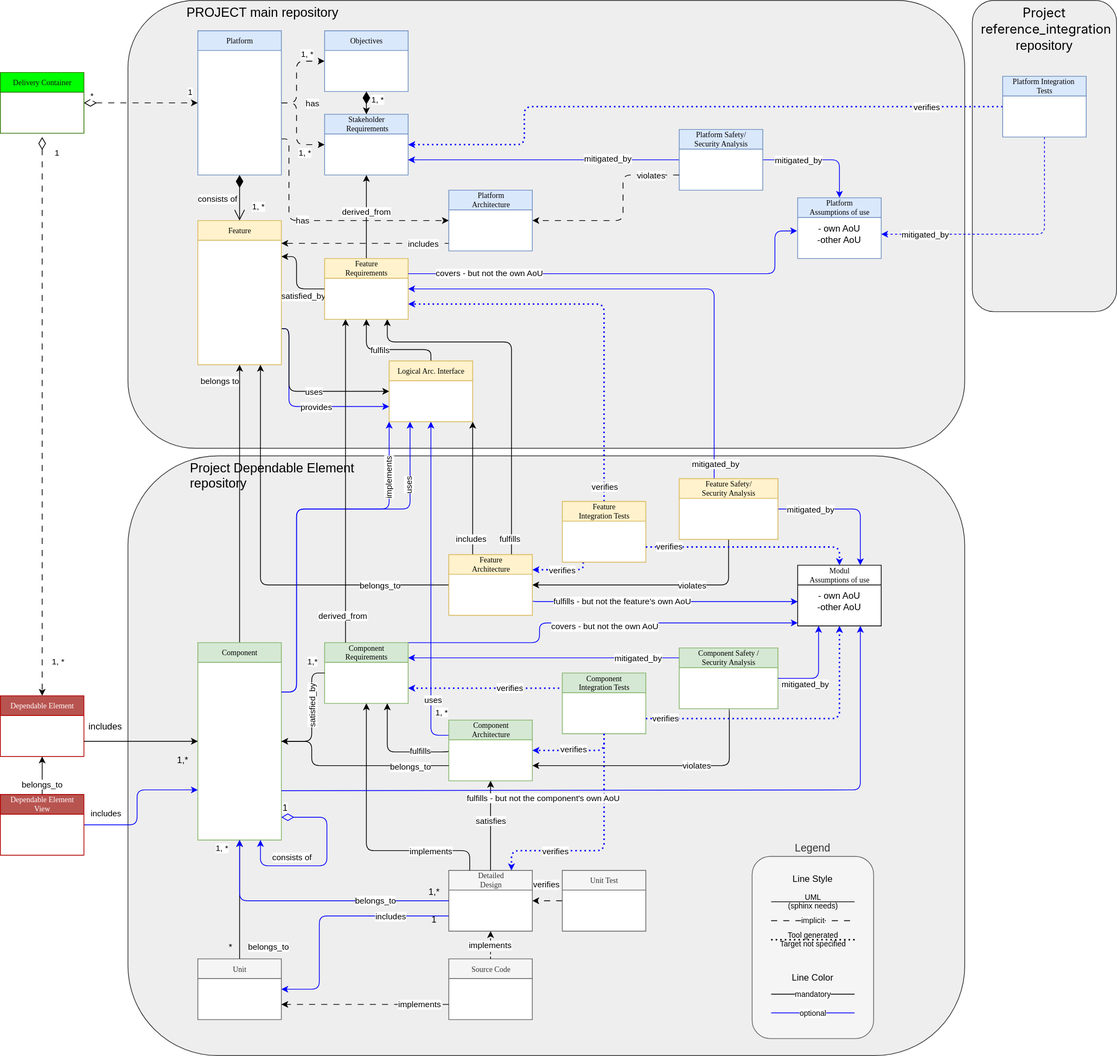
eclipse-score/process_description keeps this draw.io diagram as pr-621/_images/score_building_blocks_meta_model_deployment_example.drawio.svg. Above is the earlier version. Source tidied: cells renumbered, new cells last; positions are measured from the earlier drawing's top-left corner, leaving out a move shared by most shapes.
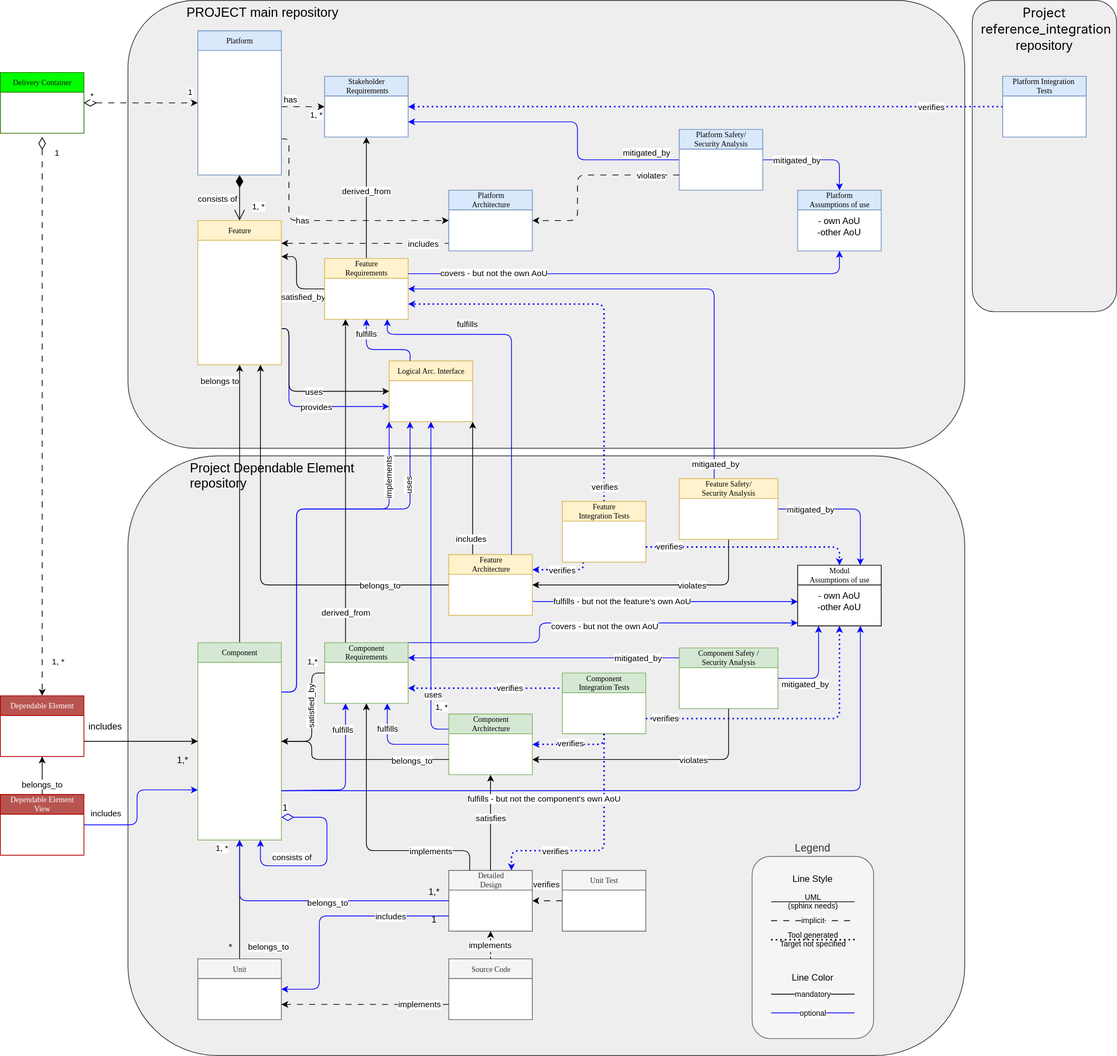
The same file after the commit.

The edit, as a diff of the source:
```diff
@@ -27,3 +27,3 @@
       <mxGeometry x="0.82" y="3" relative="1" as="geometry">
-        <mxPoint x="-20" y="12" as="offset" />
+        <mxPoint x="-20" y="13" as="offset" />
       </mxGeometry>
@@ -78,15 +78,2 @@
     </mxCell>
-    <mxCell id="18" style="edgeStyle=orthogonalEdgeStyle;rounded=1;jettySize=auto;html=1;exitX=0.75;exitY=0;exitDx=0;exitDy=0;entryX=0.75;entryY=1;entryDx=0;entryDy=0;endArrow=classic;endFill=1;curved=0;" parent="1" edge="1" source="149" target="154">
-      <mxGeometry x="0.64" y="10" relative="1" as="geometry">
-        <Array as="points">
-          <mxPoint x="673" y="450" />
-          <mxPoint x="510" y="450" />
-        </Array>
-      </mxGeometry>
-    </mxCell>
-    <mxCell id="19" value="fulfills" style="edgeLabel;html=1;align=center;verticalAlign=middle;" parent="18" vertex="1">
-      <mxGeometry x="0.11" y="1" relative="1" as="geometry">
-        <mxPoint x="-2" y="244" as="offset" />
-      </mxGeometry>
-    </mxCell>
     <mxCell id="20" value="includes" style="edgeStyle=orthogonalEdgeStyle;html=1;exitX=0.25;exitY=0;exitDx=0;exitDy=0;entryX=1;entryY=1;entryDx=0;entryDy=0;" parent="1" edge="1" target="120">
@@ -142,3 +129,3 @@
       <mxGeometry x="0.06" relative="1" as="geometry">
-        <mxPoint y="-8" as="offset" />
+        <mxPoint x="-1" y="-7" as="offset" />
       </mxGeometry>
@@ -176,3 +163,3 @@
     <mxCell id="36" value="Stakeholder&lt;br&gt;&amp;nbsp;Requirements" style="swimlane;html=1;fontStyle=0;horizontal=1;startSize=26;fillColor=#dae8fc;swimlaneFillColor=#ffffff;rounded=0;shadow=0;comic=0;labelBackgroundColor=none;strokeWidth=1;fontFamily=Verdana;fontSize=10;align=center;strokeColor=#6c8ebf;" parent="1" vertex="1">
-      <mxGeometry x="427" y="150" width="110" height="80" as="geometry" />
+      <mxGeometry x="427" y="100" width="110" height="80" as="geometry" />
     </mxCell>
@@ -192,8 +179,5 @@
     </mxCell>
-    <mxCell id="41" style="edgeStyle=orthogonalEdgeStyle;rounded=1;jettySize=auto;html=1;entryX=0;entryY=0.5;entryDx=0;entryDy=0;curved=0;dashed=1;dashPattern=8 8;" parent="1" edge="1" source="46" target="36">
+    <mxCell id="41" style="rounded=1;jettySize=auto;html=1;entryX=0;entryY=0.5;entryDx=0;entryDy=0;dashed=1;dashPattern=8 8;" parent="1" edge="1" target="36">
       <mxGeometry relative="1" as="geometry">
-        <Array as="points">
-          <mxPoint x="390" y="135" />
-          <mxPoint x="390" y="190" />
-        </Array>
+        <mxPoint x="370" y="140" as="sourcePoint" />
       </mxGeometry>
@@ -202,3 +186,3 @@
       <mxGeometry x="0.46" y="2" relative="1" as="geometry">
-        <mxPoint x="13" y="-53" as="offset" />
+        <mxPoint x="-31" y="-8" as="offset" />
       </mxGeometry>
@@ -232,42 +216,2 @@
     </mxCell>
-    <mxCell id="49" value="Objectives" style="swimlane;html=1;fontStyle=0;horizontal=1;startSize=26;fillColor=#dae8fc;swimlaneFillColor=#ffffff;rounded=0;shadow=0;comic=0;labelBackgroundColor=none;strokeWidth=1;fontFamily=Verdana;fontSize=10;align=center;strokeColor=#6c8ebf;" parent="1" vertex="1">
-      <mxGeometry x="427" y="40" width="110" height="80" as="geometry" />
-    </mxCell>
-    <mxCell id="50" style="edgeStyle=orthogonalEdgeStyle;rounded=1;jettySize=auto;html=1;entryX=0;entryY=0.5;entryDx=0;entryDy=0;exitX=1;exitY=0.5;exitDx=0;exitDy=0;curved=0;dashed=1;dashPattern=8 8;" parent="1" edge="1" source="46" target="49">
-      <mxGeometry relative="1" as="geometry">
-        <Array as="points">
-          <mxPoint x="390" y="135" />
-          <mxPoint x="390" y="80" />
-        </Array>
-      </mxGeometry>
-    </mxCell>
-    <mxCell id="51" value="has" style="edgeLabel;html=1;align=center;verticalAlign=middle;" parent="50" vertex="1">
-      <mxGeometry x="-0.18" y="-2" relative="1" as="geometry">
-        <mxPoint x="18" y="26" as="offset" />
-      </mxGeometry>
-    </mxCell>
-    <mxCell id="52" value="1, *" style="edgeLabel;html=1;align=center;verticalAlign=middle;" parent="50" vertex="1">
-      <mxGeometry x="0.57" y="1" relative="1" as="geometry">
-        <mxPoint y="-9" as="offset" />
-      </mxGeometry>
-    </mxCell>
-    <mxCell id="53" value="1, *" style="endArrow=classic;html=1;endSize=6;startArrow=diamondThin;startSize=14;startFill=1;edgeStyle=orthogonalEdgeStyle;align=left;verticalAlign=bottom;rounded=0;entryX=0.5;entryY=0;entryDx=0;entryDy=0;endFill=1;exitX=0.5;exitY=1;exitDx=0;exitDy=0;" parent="1" edge="1" source="49" target="36">
-      <mxGeometry x="0.33" y="5" relative="1" as="geometry">
-        <Array as="points">
-          <mxPoint x="482" y="140" />
-          <mxPoint x="482" y="140" />
-        </Array>
-      </mxGeometry>
-    </mxCell>
-    <mxCell id="54" style="edgeStyle=orthogonalEdgeStyle;rounded=1;jettySize=auto;html=1;entryX=0.75;entryY=1;entryDx=0;entryDy=0;endArrow=classic;endFill=1;exitX=0;exitY=0.5;exitDx=0;exitDy=0;curved=0;strokeColor=#000000;" parent="1" edge="1" source="58" target="25">
-      <mxGeometry relative="1" as="geometry">
-        <Array as="points">
-          <mxPoint x="591" y="990" />
-          <mxPoint x="510" y="990" />
-        </Array>
-      </mxGeometry>
-    </mxCell>
-    <mxCell id="55" value="fulfills" style="edgeLabel;html=1;align=center;verticalAlign=middle;" parent="54" vertex="1">
-      <mxGeometry x="-0.45" y="-2" relative="1" as="geometry" />
-    </mxCell>
     <mxCell id="56" value="uses" style="edgeStyle=orthogonalEdgeStyle;html=1;exitX=0;exitY=0.25;exitDx=0;exitDy=0;entryX=0.5;entryY=1;entryDx=0;entryDy=0;strokeColor=#0000FF;verticalAlign=top;spacing=0;" parent="1" edge="1" source="58" target="120">
@@ -281,3 +225,3 @@
     <mxCell id="58" value="Component&lt;br&gt;Architecture" style="swimlane;html=1;fontStyle=0;horizontal=1;startSize=26;fillColor=#d5e8d4;swimlaneFillColor=#ffffff;rounded=0;shadow=0;comic=0;labelBackgroundColor=none;strokeWidth=1;fontFamily=Verdana;fontSize=10;align=center;strokeColor=#82b366;" parent="1" vertex="1">
-      <mxGeometry x="590.5" y="948" width="110" height="80" as="geometry" />
+      <mxGeometry x="590.5" y="940" width="110" height="80" as="geometry" />
     </mxCell>
@@ -287,3 +231,4 @@
           <mxPoint x="410" y="976" />
-          <mxPoint x="410" y="1008" />
+          <mxPoint x="410" y="1000" />
+          <mxPoint x="591" y="1000" />
         </Array>
@@ -305,3 +250,3 @@
     <mxCell id="63" value="belongs_to" style="edgeLabel;html=1;align=center;verticalAlign=middle;" parent="62" vertex="1">
-      <mxGeometry x="0.45" y="1" relative="1" as="geometry" />
+      <mxGeometry x="0.1" y="-2" relative="1" as="geometry" />
     </mxCell>
@@ -312,3 +257,3 @@
       <mxGeometry x="0.06" y="6" relative="1" as="geometry">
-        <mxPoint x="6" y="-4" as="offset" />
+        <mxPoint x="6" y="-2" as="offset" />
       </mxGeometry>
@@ -404,3 +349,3 @@
     <mxCell id="82" value="Platform&lt;br&gt;Assumptions of use" style="swimlane;html=1;fontStyle=0;horizontal=1;startSize=26;swimlaneFillColor=#ffffff;rounded=0;shadow=0;comic=0;labelBackgroundColor=none;strokeWidth=1;fontFamily=Verdana;fontSize=10;align=center;fillColor=#dae8fc;strokeColor=#6c8ebf;" parent="1" vertex="1">
-      <mxGeometry x="1050" y="260" width="110" height="80" as="geometry" />
+      <mxGeometry x="1050" y="250" width="110" height="80" as="geometry" />
     </mxCell>
@@ -412,4 +357,4 @@
         <Array as="points">
-          <mxPoint x="690" y="140" />
-          <mxPoint x="690" y="190" />
+          <mxPoint x="610" y="140" />
+          <mxPoint x="610" y="140" />
         </Array>
@@ -420,10 +365,2 @@
     </mxCell>
-    <mxCell id="86" style="edgeStyle=orthogonalEdgeStyle;rounded=1;jettySize=auto;html=1;exitX=0.5;exitY=1;exitDx=0;exitDy=0;entryX=1;entryY=0.5;entryDx=0;entryDy=0;fontColor=#0000FF;strokeColor=#0000FF;dashed=1;curved=0;" parent="1" edge="1" source="88" target="83">
-      <mxGeometry relative="1" as="geometry" />
-    </mxCell>
-    <mxCell id="87" value="mitigated_by" style="edgeLabel;html=1;align=center;verticalAlign=middle;" parent="86" vertex="1">
-      <mxGeometry x="0.72" y="-1" relative="1" as="geometry">
-        <mxPoint x="10" y="1" as="offset" />
-      </mxGeometry>
-    </mxCell>
     <mxCell id="88" value="Platform Integration&amp;nbsp;&lt;br&gt;Tests" style="swimlane;html=1;fontStyle=0;horizontal=1;startSize=26;fillColor=#dae8fc;swimlaneFillColor=#ffffff;rounded=0;shadow=0;comic=0;labelBackgroundColor=none;strokeWidth=1;fontFamily=Verdana;fontSize=10;align=center;strokeColor=#6c8ebf;" parent="1" vertex="1">
@@ -485,13 +422,2 @@
     </mxCell>
-    <mxCell id="99" style="edgeStyle=orthogonalEdgeStyle;rounded=1;jettySize=auto;html=1;entryX=1;entryY=0.75;entryDx=0;entryDy=0;curved=0;exitX=0.5;exitY=1;exitDx=0;exitDy=0;" parent="1" edge="1" source="103" target="58">
-      <mxGeometry relative="1" as="geometry">
-        <Array as="points">
-          <mxPoint x="960" y="933" />
-          <mxPoint x="960" y="1008" />
-        </Array>
-      </mxGeometry>
-    </mxCell>
-    <mxCell id="100" value="violates" style="edgeLabel;html=1;align=center;verticalAlign=middle;" parent="99" vertex="1">
-      <mxGeometry x="-0.29" y="-1" relative="1" as="geometry" />
-    </mxCell>
     <mxCell id="101" style="edgeStyle=orthogonalEdgeStyle;rounded=1;jettySize=auto;html=1;startArrow=none;startFill=0;endArrow=classic;endFill=1;curved=0;strokeColor=#0000FF;entryX=1;entryY=0.25;entryDx=0;entryDy=0;exitX=-0.015;exitY=0.163;exitDx=0;exitDy=0;exitPerimeter=0;" parent="1" edge="1" source="103" target="25">
@@ -536,3 +462,4 @@
         <Array as="points">
-          <mxPoint x="795" y="988" />
+          <mxPoint x="795" y="980" />
+          <mxPoint x="701" y="980" />
         </Array>
@@ -543,7 +470,14 @@
     </mxCell>
-    <mxCell id="112" style="edgeStyle=orthogonalEdgeStyle;rounded=0;jettySize=auto;html=1;exitX=0;exitY=0.5;exitDx=0;exitDy=0;entryX=1;entryY=0.75;entryDx=0;entryDy=0;strokeColor=#0000FF;" parent="1" edge="1" source="116" target="36">
-      <mxGeometry relative="1" as="geometry" />
+    <mxCell id="112" style="edgeStyle=orthogonalEdgeStyle;rounded=1;jettySize=auto;html=1;exitX=0;exitY=0.5;exitDx=0;exitDy=0;entryX=1;entryY=0.75;entryDx=0;entryDy=0;strokeColor=#0000FF;curved=0;" parent="1" edge="1" source="116" target="36">
+      <mxGeometry relative="1" as="geometry">
+        <Array as="points">
+          <mxPoint x="760" y="210" />
+          <mxPoint x="760" y="160" />
+        </Array>
+      </mxGeometry>
     </mxCell>
     <mxCell id="113" value="mitigated_by" style="edgeLabel;html=1;align=center;verticalAlign=middle;" parent="112" vertex="1">
-      <mxGeometry x="-0.47" y="-2" relative="1" as="geometry" />
+      <mxGeometry x="-0.47" y="-2" relative="1" as="geometry">
+        <mxPoint x="64" y="-8" as="offset" />
+      </mxGeometry>
     </mxCell>
@@ -563,4 +497,4 @@
         <Array as="points">
-          <mxPoint x="820" y="230" />
-          <mxPoint x="820" y="290" />
+          <mxPoint x="760" y="230" />
+          <mxPoint x="760" y="290" />
         </Array>
@@ -571,10 +505,2 @@
     </mxCell>
-    <mxCell id="119" value="fulfils" style="edgeStyle=orthogonalEdgeStyle;html=1;entryX=0.5;entryY=1;entryDx=0;entryDy=0;exitX=0.5;exitY=0;exitDx=0;exitDy=0;strokeColor=#000000;verticalAlign=bottom;" parent="1" edge="1" source="120" target="154">
-      <mxGeometry x="0.17" y="10" relative="1" as="geometry">
-        <Array as="points">
-          <mxPoint x="567" y="460" />
-          <mxPoint x="482" y="460" />
-        </Array>
-      </mxGeometry>
-    </mxCell>
     <mxCell id="120" value="Logical Arc. Interface" style="swimlane;html=1;fontStyle=0;horizontal=1;startSize=26;fillColor=#fff2cc;swimlaneFillColor=#ffffff;rounded=0;shadow=0;comic=0;labelBackgroundColor=none;strokeWidth=1;fontFamily=Verdana;fontSize=10;align=center;strokeColor=#d6b656;" parent="1" vertex="1">
@@ -686,3 +612,3 @@
         <Array as="points">
-          <mxPoint x="1133" y="1040" />
+          <mxPoint x="1133" y="1041" />
         </Array>
@@ -747,3 +673,3 @@
       <mxGeometry x="-0.81" y="1" relative="1" as="geometry">
-        <mxPoint x="-3" y="4" as="offset" />
+        <mxPoint x="1" as="offset" />
       </mxGeometry>
@@ -756,7 +682,6 @@
     </mxCell>
-    <mxCell id="156" style="edgeStyle=orthogonalEdgeStyle;rounded=1;jettySize=auto;html=1;exitX=1;exitY=0.25;exitDx=0;exitDy=0;entryX=-0.007;entryY=0.401;entryDx=0;entryDy=0;entryPerimeter=0;strokeColor=#0000FF;curved=0;" parent="1" edge="1" source="154" target="83">
+    <mxCell id="156" style="edgeStyle=orthogonalEdgeStyle;rounded=1;jettySize=auto;html=1;exitX=1;exitY=0.25;exitDx=0;exitDy=0;entryX=0.5;entryY=1;entryDx=0;entryDy=0;strokeColor=#0000FF;curved=0;" parent="1" edge="1" source="154" target="82">
       <mxGeometry relative="1" as="geometry">
         <Array as="points">
-          <mxPoint x="1020" y="360" />
-          <mxPoint x="1020" y="304" />
+          <mxPoint x="1105" y="360" />
         </Array>
@@ -767,2 +692,66 @@
     </mxCell>
+    <mxCell id="158" style="edgeStyle=orthogonalEdgeStyle;rounded=1;jettySize=auto;html=1;entryX=1;entryY=0.5;entryDx=0;entryDy=0;strokeColor=#000000;curved=0;exitX=0.5;exitY=1;exitDx=0;exitDy=0;" parent="1" edge="1" source="103">
+      <mxGeometry relative="1" as="geometry">
+        <mxPoint x="700.5" y="1000" as="targetPoint" />
+        <Array as="points">
+          <mxPoint x="959" y="1000" />
+        </Array>
+      </mxGeometry>
+    </mxCell>
+    <mxCell id="100" value="violates" style="edgeLabel;html=1;align=center;verticalAlign=middle;" parent="158" vertex="1">
+      <mxGeometry x="0.32" y="-3" relative="1" as="geometry">
+        <mxPoint x="101" y="3" as="offset" />
+      </mxGeometry>
+    </mxCell>
+    <mxCell id="159" style="edgeStyle=orthogonalEdgeStyle;rounded=1;jettySize=auto;html=1;exitX=0.25;exitY=1;exitDx=0;exitDy=0;strokeColor=#0000ff;startArrow=classic;startFill=1;endArrow=none;endFill=0;entryX=1;entryY=0.75;entryDx=0;entryDy=0;" parent="1" edge="1" source="25" target="16">
+      <mxGeometry relative="1" as="geometry">
+        <Array as="points">
+          <mxPoint x="455" y="1040" />
+        </Array>
+      </mxGeometry>
+    </mxCell>
+    <mxCell id="160" value="fulfills" style="edgeLabel;html=1;align=center;verticalAlign=middle;" parent="159" vertex="1">
+      <mxGeometry x="0.35" y="-2" relative="1" as="geometry">
+        <mxPoint x="16" y="-78" as="offset" />
+      </mxGeometry>
+    </mxCell>
+    <mxCell id="161" style="edgeStyle=orthogonalEdgeStyle;rounded=1;jettySize=auto;html=1;exitX=0.75;exitY=1;exitDx=0;exitDy=0;strokeColor=#0000ff;startArrow=classic;startFill=1;endArrow=none;endFill=0;entryX=0;entryY=0.5;entryDx=0;entryDy=0;" parent="1" edge="1" target="58">
+      <mxGeometry relative="1" as="geometry">
+        <mxPoint x="509.5" y="926" as="sourcePoint" />
+        <Array as="points">
+          <mxPoint x="510" y="980" />
+        </Array>
+      </mxGeometry>
+    </mxCell>
+    <mxCell id="162" value="fulfills" style="edgeLabel;html=1;align=center;verticalAlign=middle;" parent="161" vertex="1">
+      <mxGeometry x="0.35" y="-2" relative="1" as="geometry">
+        <mxPoint x="-37" y="-23" as="offset" />
+      </mxGeometry>
+    </mxCell>
+    <mxCell id="163" style="edgeStyle=orthogonalEdgeStyle;rounded=1;jettySize=auto;html=1;exitX=0.5;exitY=1;exitDx=0;exitDy=0;strokeColor=#0000ff;startArrow=classic;startFill=1;endArrow=none;endFill=0;entryX=0.25;entryY=0;entryDx=0;entryDy=0;" parent="1" edge="1" source="154" target="120">
+      <mxGeometry relative="1" as="geometry">
+        <Array as="points">
+          <mxPoint x="482" y="460" />
+          <mxPoint x="540" y="460" />
+        </Array>
+      </mxGeometry>
+    </mxCell>
+    <mxCell id="164" value="fulfills" style="edgeLabel;html=1;align=center;verticalAlign=middle;" parent="163" vertex="1">
+      <mxGeometry x="0.35" y="-2" relative="1" as="geometry">
+        <mxPoint x="-37" y="-23" as="offset" />
+      </mxGeometry>
+    </mxCell>
+    <mxCell id="165" style="edgeStyle=orthogonalEdgeStyle;rounded=1;jettySize=auto;html=1;exitX=0.75;exitY=1;exitDx=0;exitDy=0;strokeColor=#0000ff;startArrow=classic;startFill=1;endArrow=none;endFill=0;entryX=0.75;entryY=0;entryDx=0;entryDy=0;" parent="1" edge="1" source="154" target="149">
+      <mxGeometry relative="1" as="geometry">
+        <Array as="points">
+          <mxPoint x="510" y="440" />
+          <mxPoint x="673" y="440" />
+        </Array>
+      </mxGeometry>
+    </mxCell>
+    <mxCell id="166" value="fulfills" style="edgeLabel;html=1;align=center;verticalAlign=middle;" parent="165" vertex="1">
+      <mxGeometry x="0.17" relative="1" as="geometry">
+        <mxPoint x="-59" y="-107" as="offset" />
+      </mxGeometry>
+    </mxCell>
   </root>
```
